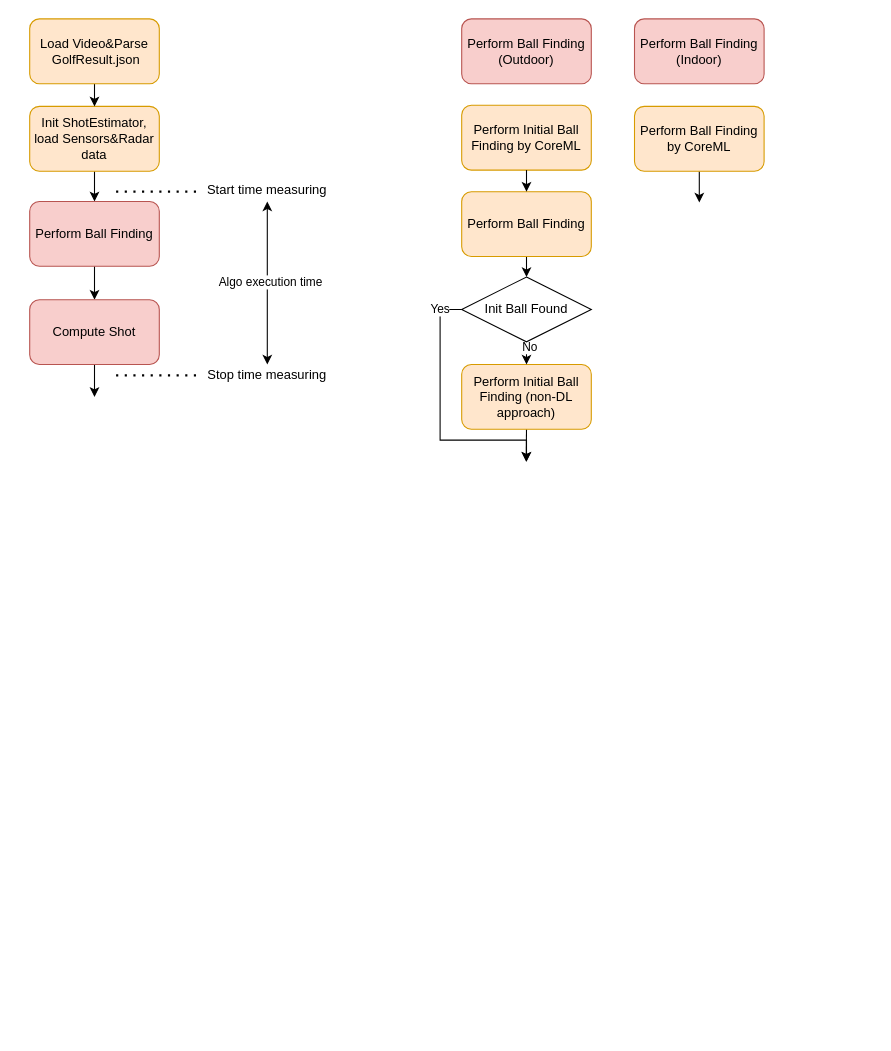
Above: MLM.drawio in Mike335207/work (draw.io), before the change. Source tidied: cells renumbered, new cells numbered last; positions are measured from the earlier drawing's top-left corner, leaving out a move shared by most shapes. Both pictures are drawn from the tidied source at 108%, with x=0, y=0 at pixel (29, 18).
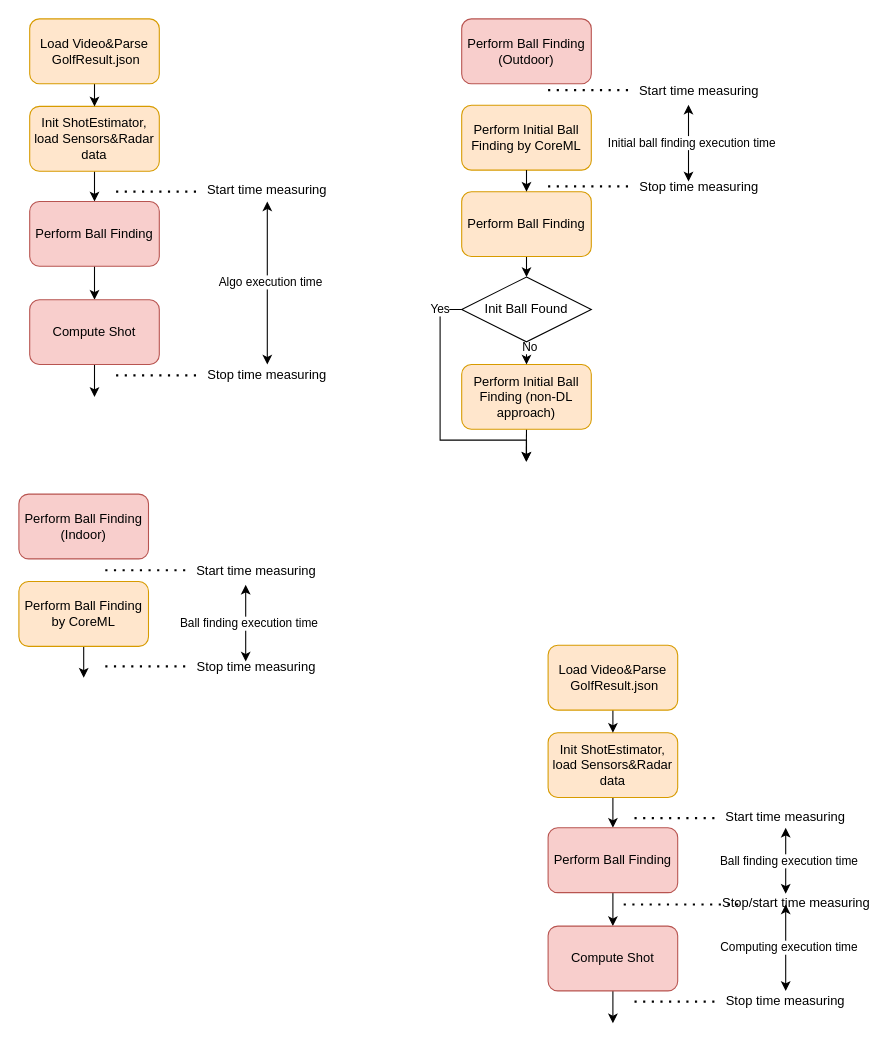
The same page after the edit.

What changed in the source:
```diff
@@
     <mxCell id="23" value="Perform Ball Finding (Indoor)" style="rounded=1;whiteSpace=wrap;html=1;fillColor=#f8cecc;strokeColor=#b85450;" parent="1" vertex="1">
-      <mxGeometry x="560" width="120" height="60" as="geometry" />
+      <mxGeometry x="-10" y="440" width="120" height="60" as="geometry" />
     </mxCell>
     <mxCell id="24" style="edgeStyle=orthogonalEdgeStyle;rounded=0;jettySize=auto;html=1;exitX=0.5;exitY=1;exitDx=0;exitDy=0;" parent="1" edge="1" source="25">
       <mxGeometry relative="1" as="geometry">
-        <mxPoint x="620" y="170" as="targetPoint" />
+        <mxPoint x="50" y="610" as="targetPoint" />
       </mxGeometry>
     </mxCell>
     <mxCell id="25" value="Perform Ball Finding by CoreML" style="rounded=1;whiteSpace=wrap;html=1;fillColor=#ffe6cc;strokeColor=#d79b00;" parent="1" vertex="1">
-      <mxGeometry x="560" y="81" width="120" height="60" as="geometry" />
+      <mxGeometry x="-10" y="521" width="120" height="60" as="geometry" />
     </mxCell>
@@
+    <mxCell id="30" value="Start time measuring" style="text;html=1;strokeColor=none;fillColor=none;align=center;verticalAlign=middle;whiteSpace=wrap;rounded=0;" parent="1" vertex="1">
+      <mxGeometry x="150" y="501" width="120" height="20" as="geometry" />
+    </mxCell>
+    <mxCell id="31" value="Stop time measuring" style="text;html=1;strokeColor=none;fillColor=none;align=center;verticalAlign=middle;whiteSpace=wrap;rounded=0;" parent="1" vertex="1">
+      <mxGeometry x="150" y="590" width="120" height="20" as="geometry" />
+    </mxCell>
+    <mxCell id="32" style="endArrow=none;dashed=1;html=1;dashPattern=1 3;strokeWidth=2;" parent="1" edge="1">
+      <mxGeometry relative="1" as="geometry">
+        <mxPoint x="70" y="510.5" as="sourcePoint" />
+        <mxPoint x="150" y="510.5" as="targetPoint" />
+      </mxGeometry>
+    </mxCell>
+    <mxCell id="33" style="endArrow=none;dashed=1;html=1;dashPattern=1 3;strokeWidth=2;" parent="1" edge="1">
+      <mxGeometry relative="1" as="geometry">
+        <mxPoint x="70" y="599.5" as="sourcePoint" />
+        <mxPoint x="150" y="599.5" as="targetPoint" />
+      </mxGeometry>
+    </mxCell>
+    <mxCell id="34" style="endArrow=classic;startArrow=classic;html=1;exitX=0.5;exitY=0;exitDx=0;exitDy=0;" parent="1" edge="1">
+      <mxGeometry relative="1" as="geometry">
+        <mxPoint x="200" y="595" as="sourcePoint" />
+        <mxPoint x="200" y="524" as="targetPoint" />
+      </mxGeometry>
+    </mxCell>
+    <mxCell id="35" value="Ball finding execution time" style="edgeLabel;html=1;align=center;verticalAlign=middle;" parent="34" vertex="1">
+      <mxGeometry x="0.02" y="-2" relative="1" as="geometry" />
+    </mxCell>
+    <mxCell id="36" value="Start time measuring" style="text;html=1;strokeColor=none;fillColor=none;align=center;verticalAlign=middle;whiteSpace=wrap;rounded=0;" parent="1" vertex="1">
+      <mxGeometry x="560" y="56.5" width="120" height="20" as="geometry" />
+    </mxCell>
+    <mxCell id="37" value="Stop time measuring" style="text;html=1;strokeColor=none;fillColor=none;align=center;verticalAlign=middle;whiteSpace=wrap;rounded=0;" parent="1" vertex="1">
+      <mxGeometry x="560" y="145.5" width="120" height="20" as="geometry" />
+    </mxCell>
+    <mxCell id="38" style="endArrow=none;dashed=1;html=1;dashPattern=1 3;strokeWidth=2;" parent="1" edge="1">
+      <mxGeometry relative="1" as="geometry">
+        <mxPoint x="480" y="66" as="sourcePoint" />
+        <mxPoint x="560" y="66" as="targetPoint" />
+      </mxGeometry>
+    </mxCell>
+    <mxCell id="39" style="endArrow=none;dashed=1;html=1;dashPattern=1 3;strokeWidth=2;" parent="1" edge="1">
+      <mxGeometry relative="1" as="geometry">
+        <mxPoint x="480" y="155" as="sourcePoint" />
+        <mxPoint x="560" y="155" as="targetPoint" />
+      </mxGeometry>
+    </mxCell>
+    <mxCell id="40" style="endArrow=classic;startArrow=classic;html=1;exitX=0.5;exitY=0;exitDx=0;exitDy=0;" parent="1" edge="1">
+      <mxGeometry relative="1" as="geometry">
+        <mxPoint x="610" y="150.5" as="sourcePoint" />
+        <mxPoint x="610" y="79.5" as="targetPoint" />
+      </mxGeometry>
+    </mxCell>
+    <mxCell id="41" value="Initial ball finding execution time" style="edgeLabel;html=1;align=center;verticalAlign=middle;" parent="40" vertex="1">
+      <mxGeometry x="0.02" y="-2" relative="1" as="geometry" />
+    </mxCell>
+    <mxCell id="42" style="edgeStyle=orthogonalEdgeStyle;rounded=0;jettySize=auto;html=1;exitX=0.5;exitY=1;exitDx=0;exitDy=0;" parent="1" edge="1" source="43" target="45">
+      <mxGeometry relative="1" as="geometry" />
+    </mxCell>
+    <mxCell id="43" value="Init ShotEstimator, load Sensors&amp;amp;Radar data" style="rounded=1;whiteSpace=wrap;html=1;fillColor=#ffe6cc;strokeColor=#d79b00;" parent="1" vertex="1">
+      <mxGeometry x="480" y="661" width="120" height="60" as="geometry" />
+    </mxCell>
+    <mxCell id="44" style="edgeStyle=orthogonalEdgeStyle;rounded=0;jettySize=auto;html=1;exitX=0.5;exitY=1;exitDx=0;exitDy=0;entryX=0.5;entryY=0;entryDx=0;entryDy=0;" parent="1" edge="1" source="45" target="47">
+      <mxGeometry relative="1" as="geometry" />
+    </mxCell>
+    <mxCell id="45" value="Perform Ball Finding" style="rounded=1;whiteSpace=wrap;html=1;fillColor=#f8cecc;strokeColor=#b85450;" parent="1" vertex="1">
+      <mxGeometry x="480" y="749" width="120" height="60" as="geometry" />
+    </mxCell>
+    <mxCell id="46" style="edgeStyle=orthogonalEdgeStyle;rounded=0;jettySize=auto;html=1;exitX=0.5;exitY=1;exitDx=0;exitDy=0;" parent="1" edge="1" source="47">
+      <mxGeometry relative="1" as="geometry">
+        <mxPoint x="540" y="930" as="targetPoint" />
+      </mxGeometry>
+    </mxCell>
+    <mxCell id="47" value="Compute Shot" style="rounded=1;whiteSpace=wrap;html=1;fillColor=#f8cecc;strokeColor=#b85450;" parent="1" vertex="1">
+      <mxGeometry x="480" y="840" width="120" height="60" as="geometry" />
+    </mxCell>
+    <mxCell id="48" style="edgeStyle=orthogonalEdgeStyle;rounded=0;jettySize=auto;html=1;exitX=0.5;exitY=1;exitDx=0;exitDy=0;entryX=0.5;entryY=0;entryDx=0;entryDy=0;" parent="1" edge="1" source="49" target="43">
+      <mxGeometry relative="1" as="geometry" />
+    </mxCell>
+    <mxCell id="49" value="Load Video&amp;amp;Parse &amp;nbsp;GolfResult.json" style="rounded=1;whiteSpace=wrap;html=1;fillColor=#ffe6cc;strokeColor=#d79b00;" parent="1" vertex="1">
+      <mxGeometry x="480" y="580" width="120" height="60" as="geometry" />
+    </mxCell>
+    <mxCell id="50" style="endArrow=none;dashed=1;html=1;dashPattern=1 3;strokeWidth=2;" parent="1" edge="1">
+      <mxGeometry relative="1" as="geometry">
+        <mxPoint x="560" y="740" as="sourcePoint" />
+        <mxPoint x="640" y="740" as="targetPoint" />
+      </mxGeometry>
+    </mxCell>
+    <mxCell id="51" style="endArrow=none;dashed=1;html=1;dashPattern=1 3;strokeWidth=2;" parent="1" edge="1">
+      <mxGeometry relative="1" as="geometry">
+        <mxPoint x="560" y="910" as="sourcePoint" />
+        <mxPoint x="640" y="910" as="targetPoint" />
+      </mxGeometry>
+    </mxCell>
+    <mxCell id="52" value="Start time measuring" style="text;html=1;strokeColor=none;fillColor=none;align=center;verticalAlign=middle;whiteSpace=wrap;rounded=0;" parent="1" vertex="1">
+      <mxGeometry x="640" y="729" width="120" height="20" as="geometry" />
+    </mxCell>
+    <mxCell id="53" value="Stop time measuring" style="text;html=1;strokeColor=none;fillColor=none;align=center;verticalAlign=middle;whiteSpace=wrap;rounded=0;" parent="1" vertex="1">
+      <mxGeometry x="640" y="900" width="120" height="20" as="geometry" />
+    </mxCell>
+    <mxCell id="54" style="endArrow=classic;startArrow=classic;html=1;entryX=0.5;entryY=1;entryDx=0;entryDy=0;" parent="1" edge="1" target="52">
+      <mxGeometry relative="1" as="geometry">
+        <mxPoint x="700" y="810" as="sourcePoint" />
+      </mxGeometry>
+    </mxCell>
+    <mxCell id="55" value="Ball finding execution time" style="edgeLabel;html=1;align=center;verticalAlign=middle;" parent="54" vertex="1">
+      <mxGeometry x="0.02" y="-2" relative="1" as="geometry" />
+    </mxCell>
+    <mxCell id="56" style="endArrow=none;dashed=1;html=1;dashPattern=1 3;strokeWidth=2;" parent="1" edge="1">
+      <mxGeometry relative="1" as="geometry">
+        <mxPoint x="550" y="820" as="sourcePoint" />
+        <mxPoint x="660" y="820" as="targetPoint" />
+      </mxGeometry>
+    </mxCell>
+    <mxCell id="57" style="endArrow=classic;startArrow=classic;html=1;exitX=0.5;exitY=0;exitDx=0;exitDy=0;" parent="1" edge="1" source="53">
+      <mxGeometry relative="1" as="geometry">
+        <mxPoint x="700" y="820" as="targetPoint" />
+      </mxGeometry>
+    </mxCell>
+    <mxCell id="58" value="Computing execution time" style="edgeLabel;html=1;align=center;verticalAlign=middle;" parent="57" vertex="1">
+      <mxGeometry x="0.02" y="-2" relative="1" as="geometry" />
+    </mxCell>
+    <mxCell id="59" value="Stop/start time measuring" style="text;html=1;strokeColor=none;fillColor=none;align=center;verticalAlign=middle;whiteSpace=wrap;rounded=0;" parent="1" vertex="1">
+      <mxGeometry x="640" y="809" width="140" height="20" as="geometry" />
+    </mxCell>
```
